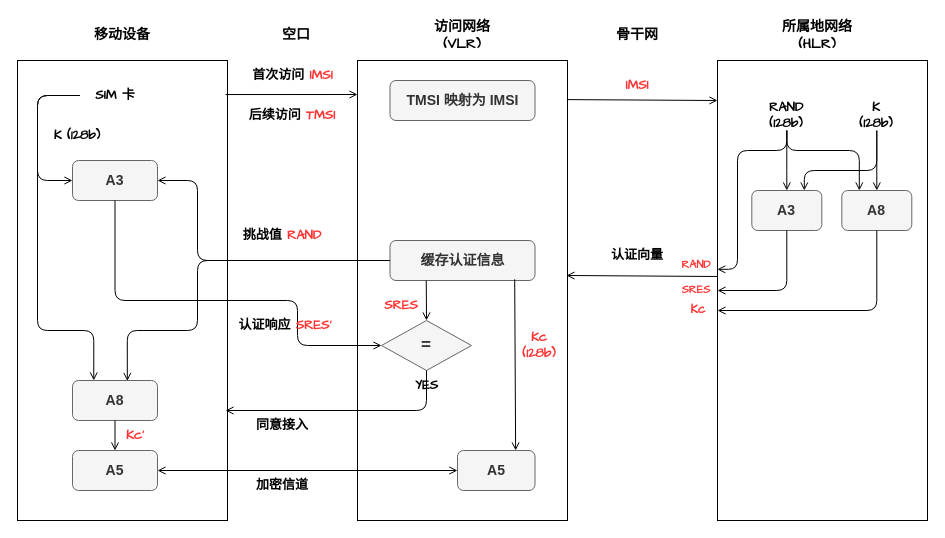
This is page "AKA" (6 of 9) of attach/draw.drawio from jay-waves/til, a draw.io file, before an edit. Source tidied: cells renumbered, new cells numbered last; positions are measured from the earlier drawing's top-left corner, leaving out a move shared by most shapes. Both pictures are drawn from the tidied source at 100%, with x=0, y=0 at pixel (17, 20).
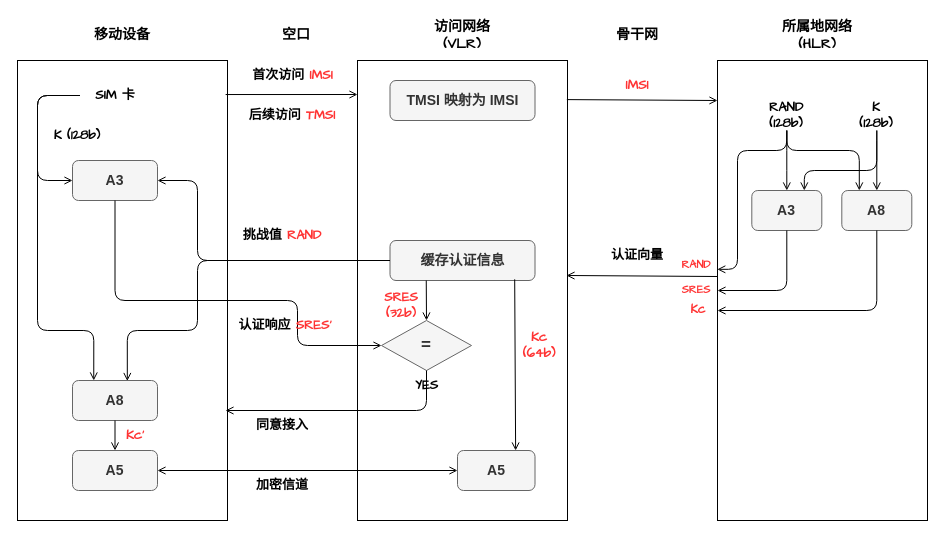
The same diagram, later.

What changed in the source:
```diff
@@
-    <mxCell id="32" value="&lt;font color=&quot;#ff3333&quot;&gt;SRES&lt;/font&gt;" style="text;html=1;strokeColor=none;fillColor=none;align=center;verticalAlign=middle;whiteSpace=wrap;rounded=0;fontFamily=Comic Sans MS;fontSize=13;fontStyle=1;" parent="1" vertex="1">
+    <mxCell id="32" value="&lt;font color=&quot;#ff3333&quot;&gt;SRES&lt;br&gt;(32b)&lt;br&gt;&lt;/font&gt;" style="text;html=1;strokeColor=none;fillColor=none;align=center;verticalAlign=middle;whiteSpace=wrap;rounded=0;fontFamily=Comic Sans MS;fontSize=13;fontStyle=1;" parent="1" vertex="1">
       <mxGeometry x="329" y="270" width="110" height="30" as="geometry" />
     </mxCell>
@@
-    <mxCell id="36" value="&lt;font color=&quot;#ff3333&quot;&gt;Kc&lt;br&gt;(128b)&lt;br&gt;&lt;/font&gt;" style="text;html=1;strokeColor=none;fillColor=none;align=center;verticalAlign=middle;whiteSpace=wrap;rounded=0;fontFamily=Comic Sans MS;fontSize=13;fontStyle=1;" parent="1" vertex="1">
+    <mxCell id="36" value="&lt;font color=&quot;#ff3333&quot;&gt;Kc&lt;br&gt;(64b)&lt;br&gt;&lt;/font&gt;" style="text;html=1;strokeColor=none;fillColor=none;align=center;verticalAlign=middle;whiteSpace=wrap;rounded=0;fontFamily=Comic Sans MS;fontSize=13;fontStyle=1;" parent="1" vertex="1">
       <mxGeometry x="494" y="310" width="56" height="30" as="geometry" />
     </mxCell>
```
